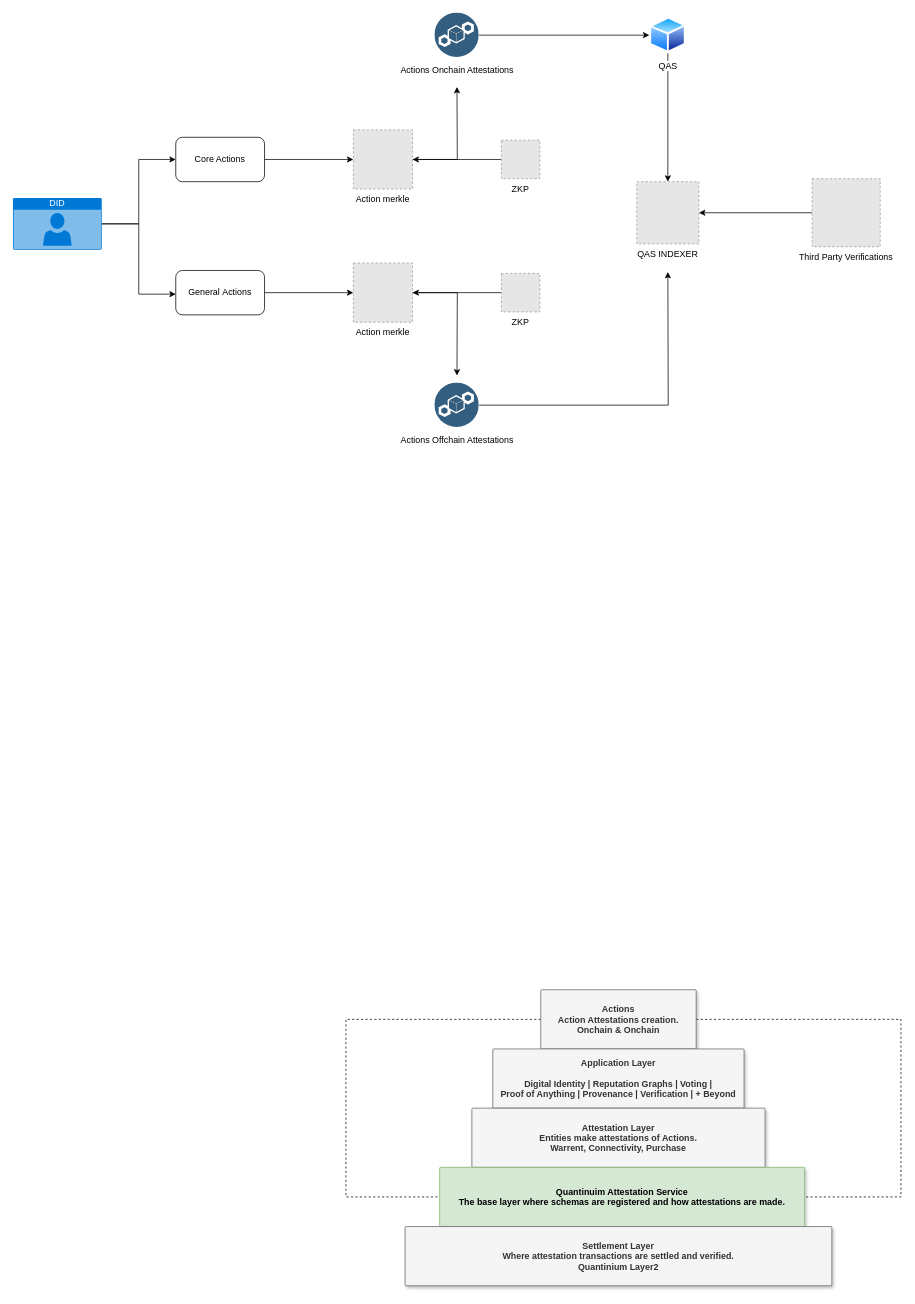
This is QuantiniumDID.drawio from ali-05-ahmed/Concept-Diagrams, a draw.io file, before an edit. Source tidied: cells renumbered, new cells numbered last; positions are measured from the earlier drawing's top-left corner, leaving out a move shared by most shapes. Both pictures are drawn from the tidied source at 74%, with x=0, y=0 at pixel (13, 13). Pictures stored in the file or linked from it are replaced by grey dashed boxes.
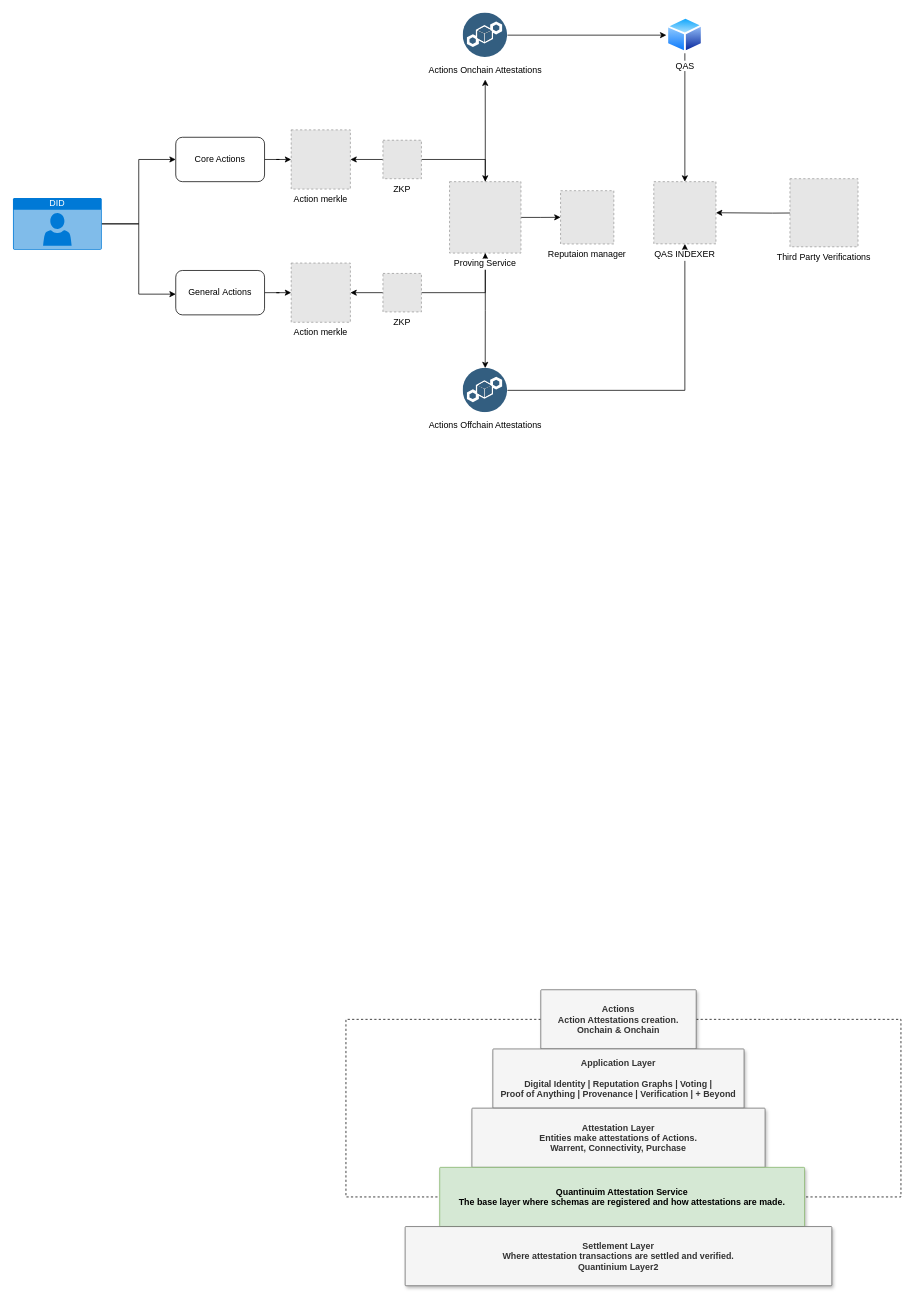
After the change.

The edit, as a diff of the source:
```diff
@@
-    <mxCell id="10" style="edgeStyle=orthogonalEdgeStyle;rounded=0;jettySize=auto;html=1;" parent="1" edge="1" source="11">
-      <mxGeometry relative="1" as="geometry">
-        <mxPoint x="600" y="100" as="targetPoint" />
-      </mxGeometry>
-    </mxCell>
     <mxCell id="11" value="Action merkle" style="fillColor=#E6E6E6;strokeColor=#999999;dashed=1;verticalLabelPosition=bottom;labelBackgroundColor=default;verticalAlign=top;" parent="1" vertex="1">
-      <mxGeometry x="460" y="158" width="80" height="80" as="geometry" />
+      <mxGeometry x="376" y="158" width="80" height="80" as="geometry" />
     </mxCell>
+    <mxCell id="33" style="edgeStyle=orthogonalEdgeStyle;rounded=0;jettySize=auto;html=1;" parent="1" edge="1" source="12" target="39">
+      <mxGeometry relative="1" as="geometry" />
+    </mxCell>
     <mxCell id="12" value="ZKP" style="fillColor=#E6E6E6;strokeColor=#999999;dashed=1;verticalLabelPosition=bottom;labelBackgroundColor=default;verticalAlign=top;" parent="1" vertex="1">
-      <mxGeometry x="660" y="172" width="52" height="52" as="geometry" />
+      <mxGeometry x="500" y="172" width="52" height="52" as="geometry" />
     </mxCell>
@@
-    <mxCell id="14" style="edgeStyle=orthogonalEdgeStyle;rounded=0;jettySize=auto;html=1;" parent="1" edge="1" source="15">
-      <mxGeometry relative="1" as="geometry">
-        <mxPoint x="600" y="490" as="targetPoint" />
-      </mxGeometry>
-    </mxCell>
     <mxCell id="15" value="Action merkle" style="fillColor=#E6E6E6;strokeColor=#999999;dashed=1;verticalLabelPosition=bottom;labelBackgroundColor=default;verticalAlign=top;" parent="1" vertex="1">
-      <mxGeometry x="460" y="338" width="80" height="80" as="geometry" />
+      <mxGeometry x="376" y="338" width="80" height="80" as="geometry" />
     </mxCell>
+    <mxCell id="34" style="edgeStyle=orthogonalEdgeStyle;rounded=0;jettySize=auto;html=1;" parent="1" edge="1" source="16" target="39">
+      <mxGeometry relative="1" as="geometry" />
+    </mxCell>
     <mxCell id="16" value="ZKP" style="fillColor=#E6E6E6;strokeColor=#999999;dashed=1;verticalLabelPosition=bottom;labelBackgroundColor=default;verticalAlign=top;" parent="1" vertex="1">
-      <mxGeometry x="660" y="352" width="52" height="52" as="geometry" />
+      <mxGeometry x="500" y="352" width="52" height="52" as="geometry" />
     </mxCell>
@@
     <mxCell id="18" value="&lt;font color=&quot;#000000&quot;&gt;Actions Onchain Attestations&lt;/font&gt;" style="image;perimeter=ellipsePerimeter;html=1;align=center;shadow=0;dashed=0;fontColor=#4277BB;labelBackgroundColor=default;fontSize=12;spacingTop=3;image=img/lib/ibm/blockchain/ledger.svg;" parent="1" vertex="1">
-      <mxGeometry x="570" width="60" height="60" as="geometry" />
+      <mxGeometry x="608.2" width="60" height="60" as="geometry" />
     </mxCell>
-    <mxCell id="19" style="edgeStyle=orthogonalEdgeStyle;rounded=0;jettySize=auto;html=1;" parent="1" edge="1" source="20">
-      <mxGeometry relative="1" as="geometry">
-        <mxPoint x="885" y="350" as="targetPoint" />
-      </mxGeometry>
-    </mxCell>
+    <mxCell id="35" style="edgeStyle=orthogonalEdgeStyle;rounded=0;jettySize=auto;html=1;entryX=0.5;entryY=1;entryDx=0;entryDy=0;" parent="1" edge="1" source="20" target="23">
+      <mxGeometry relative="1" as="geometry" />
+    </mxCell>
     <mxCell id="20" value="&lt;font color=&quot;#000000&quot;&gt;Actions Offchain Attestations&lt;/font&gt;" style="image;perimeter=ellipsePerimeter;html=1;align=center;shadow=0;dashed=0;fontColor=#4277BB;labelBackgroundColor=default;fontSize=12;spacingTop=3;image=img/lib/ibm/blockchain/ledger.svg;" parent="1" vertex="1">
-      <mxGeometry x="570" y="500" width="60" height="60" as="geometry" />
+      <mxGeometry x="608.2" y="480" width="60" height="60" as="geometry" />
     </mxCell>
@@
     <mxCell id="22" value="QAS" style="image;perimeter=ellipsePerimeter;html=1;align=center;shadow=0;dashed=0;spacingTop=3;image=img/lib/active_directory/generic_node.svg;" parent="1" vertex="1">
-      <mxGeometry x="860" y="5.5" width="50" height="49" as="geometry" />
+      <mxGeometry x="883" y="5.5" width="50" height="49" as="geometry" />
     </mxCell>
     <mxCell id="23" value="QAS INDEXER" style="fillColor=#E6E6E6;strokeColor=#999999;dashed=1;verticalLabelPosition=bottom;labelBackgroundColor=default;verticalAlign=top;" parent="1" vertex="1">
-      <mxGeometry x="843" y="228" width="84" height="84" as="geometry" />
+      <mxGeometry x="866" y="228" width="84" height="84" as="geometry" />
     </mxCell>
-    <mxCell id="24" style="edgeStyle=orthogonalEdgeStyle;rounded=0;jettySize=auto;html=1;entryX=1;entryY=0.5;entryDx=0;entryDy=0;" parent="1" edge="1" source="25" target="23">
-      <mxGeometry relative="1" as="geometry" />
+    <mxCell id="24" style="edgeStyle=orthogonalEdgeStyle;rounded=0;jettySize=auto;html=1;entryX=1;entryY=0.5;entryDx=0;entryDy=0;" parent="1" edge="1" target="23">
+      <mxGeometry relative="1" as="geometry">
+        <mxPoint x="1103" y="270" as="sourcePoint" />
+      </mxGeometry>
     </mxCell>
     <mxCell id="25" value="Third Party Verifications" style="fillColor=#E6E6E6;strokeColor=#999999;dashed=1;verticalLabelPosition=bottom;labelBackgroundColor=default;verticalAlign=top;" parent="1" vertex="1">
-      <mxGeometry x="1080" y="224" width="92" height="92" as="geometry" />
+      <mxGeometry x="1050" y="224" width="92" height="92" as="geometry" />
     </mxCell>
@@
+    <mxCell id="36" style="edgeStyle=orthogonalEdgeStyle;rounded=0;jettySize=auto;html=1;" parent="1" edge="1" source="39" target="40">
+      <mxGeometry relative="1" as="geometry" />
+    </mxCell>
+    <mxCell id="37" style="edgeStyle=orthogonalEdgeStyle;rounded=0;jettySize=auto;html=1;" parent="1" edge="1" source="39">
+      <mxGeometry relative="1" as="geometry">
+        <mxPoint x="638.2" y="90" as="targetPoint" />
+      </mxGeometry>
+    </mxCell>
+    <mxCell id="38" style="edgeStyle=orthogonalEdgeStyle;rounded=0;jettySize=auto;html=1;entryX=0.5;entryY=0;entryDx=0;entryDy=0;" parent="1" edge="1" source="39" target="20">
+      <mxGeometry relative="1" as="geometry" />
+    </mxCell>
+    <mxCell id="39" value="Proving Service" style="fillColor=#E6E6E6;strokeColor=#999999;dashed=1;verticalLabelPosition=bottom;labelBackgroundColor=default;verticalAlign=top;" parent="1" vertex="1">
+      <mxGeometry x="590" y="228" width="96.5" height="96.5" as="geometry" />
+    </mxCell>
+    <mxCell id="40" value="Reputaion manager" style="fillColor=#E6E6E6;strokeColor=#999999;dashed=1;verticalLabelPosition=bottom;labelBackgroundColor=default;verticalAlign=top;" parent="1" vertex="1">
+      <mxGeometry x="740" y="240.2" width="72" height="72" as="geometry" />
+    </mxCell>
```
